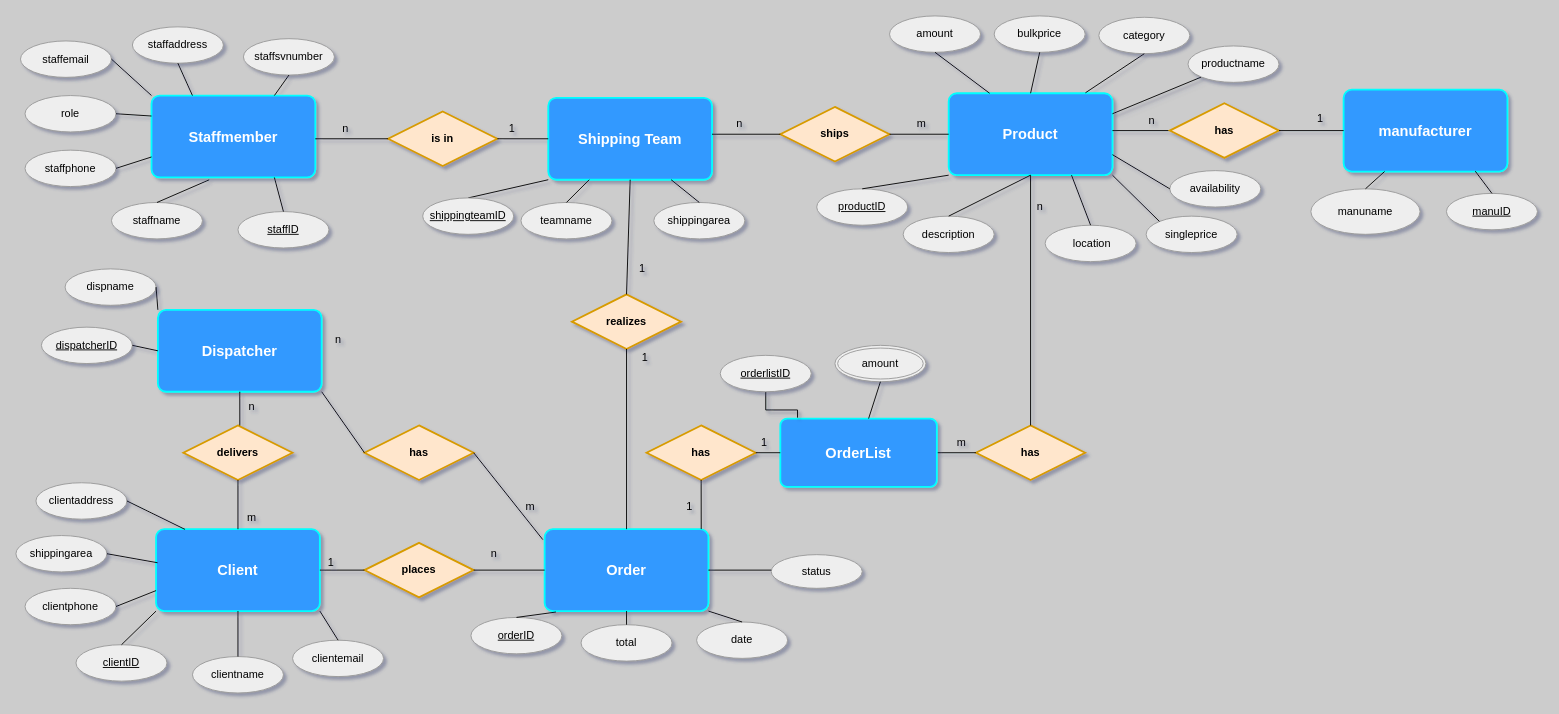
CodeFactoryWien/WF-Java-05 keeps this draw.io diagram as re_diagram.drawio. Above is the earlier version. Source tidied: cells renumbered, new cells numbered last; positions are measured from the earlier drawing's top-left corner, leaving out a move shared by most shapes. Both pictures are drawn from the tidied source at 91%, with x=0, y=0 at pixel (15, 15).
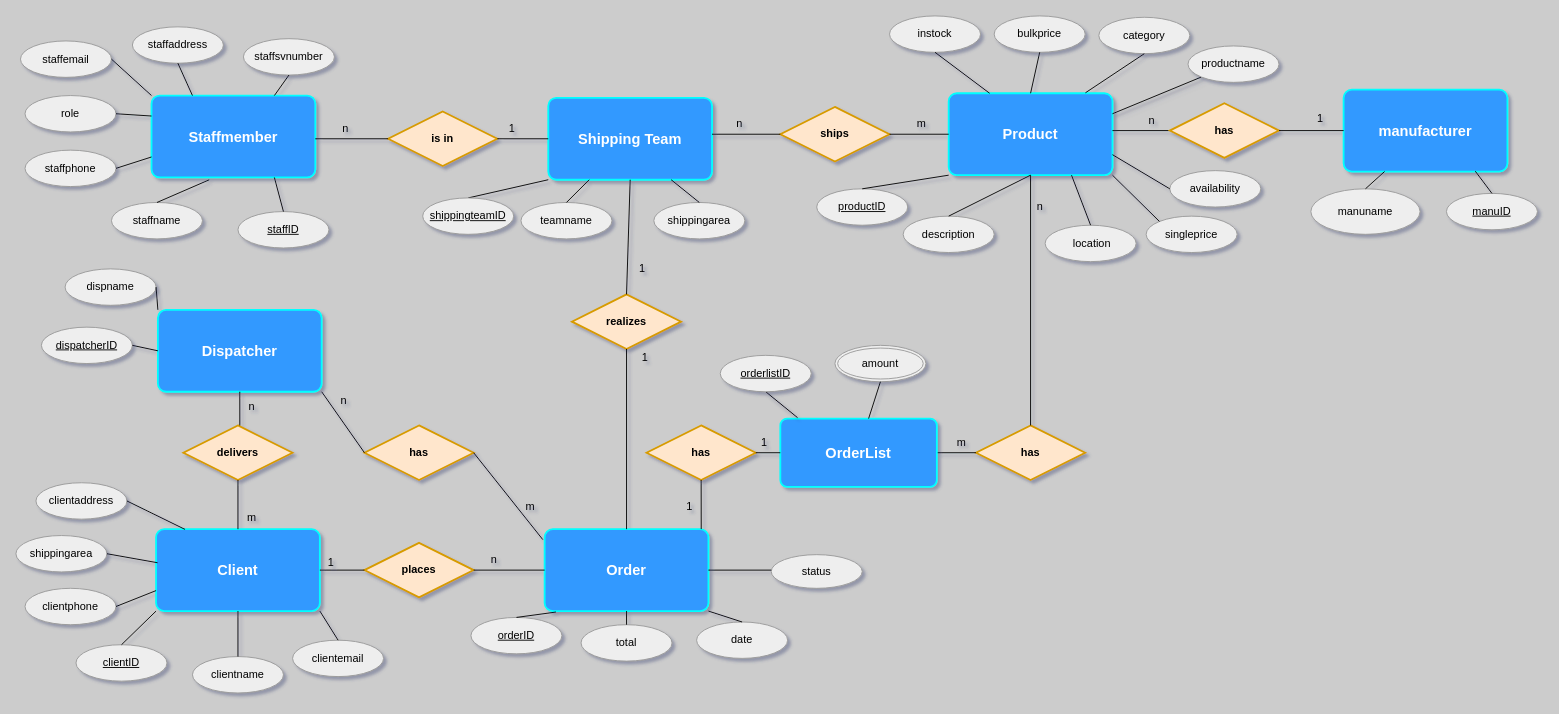
The same page after the edit.

The change refers to these unchanged cells:
```xml
<mxCell id="111" value="OrderList" style="rounded=1;arcSize=10;whiteSpace=wrap;html=1;align=center;shadow=0;fontSize=16;fontColor=#FFFFFF;fontStyle=1;strokeColor=#00FFFF;strokeWidth=2;fillColor=#3399FF;gradientColor=none;glass=0;" parent="1" vertex="1">
  <mxGeometry x="840" y="442.5" width="172" height="75" as="geometry" />
</mxCell>
<mxCell id="118" value="&lt;u&gt;orderlistID&lt;/u&gt;" style="ellipse;whiteSpace=wrap;html=1;align=center;shadow=0;strokeColor=#999999;fillColor=#eeeeee;" parent="1" vertex="1">
  <mxGeometry x="774" y="373" width="100" height="40" as="geometry" />
</mxCell>
```

Change to the diagram source:
```diff
@@
-    <mxCell id="15" value="amount" style="ellipse;whiteSpace=wrap;html=1;align=center;shadow=0;strokeColor=#999999;fillColor=#eeeeee;fixDash=0;" parent="1" vertex="1">
+    <mxCell id="15" value="instock" style="ellipse;whiteSpace=wrap;html=1;align=center;shadow=0;strokeColor=#999999;fillColor=#eeeeee;fixDash=0;" parent="1" vertex="1">
       <mxGeometry x="960" width="100" height="40" as="geometry" />
     </mxCell>
@@
     <mxCell id="82" value="n" style="text;html=1;align=center;verticalAlign=middle;fixDash=0;shadow=0;" parent="1" vertex="1">
-      <mxGeometry x="515" y="581" width="20" height="20" as="geometry" />
+      <mxGeometry x="515" y="588" width="20" height="20" as="geometry" />
     </mxCell>
@@
     <mxCell id="91" value="n" style="text;html=1;align=center;verticalAlign=middle;fixDash=0;shadow=0;" parent="1" vertex="1">
-      <mxGeometry x="344" y="346" width="20" height="20" as="geometry" />
+      <mxGeometry x="350" y="413" width="20" height="20" as="geometry" />
     </mxCell>
@@
-    <mxCell id="117" style="edgeStyle=orthogonalEdgeStyle;rounded=0;jettySize=auto;html=1;exitX=0.5;exitY=1;exitDx=0;exitDy=0;entryX=0.11;entryY=-0.014;entryDx=0;entryDy=0;shadow=1;endArrow=none;endFill=0;fontSize=16;fontColor=#FFFFFF;entryPerimeter=0;" parent="1" edge="1" source="118" target="111">
+    <mxCell id="117" style="rounded=0;jettySize=auto;html=1;exitX=0.5;exitY=1;exitDx=0;exitDy=0;entryX=0.11;entryY=-0.014;entryDx=0;entryDy=0;shadow=1;endArrow=none;endFill=0;fontSize=16;fontColor=#FFFFFF;entryPerimeter=0;" parent="1" edge="1" source="118" target="111">
       <mxGeometry relative="1" as="geometry" />
     </mxCell>
```
